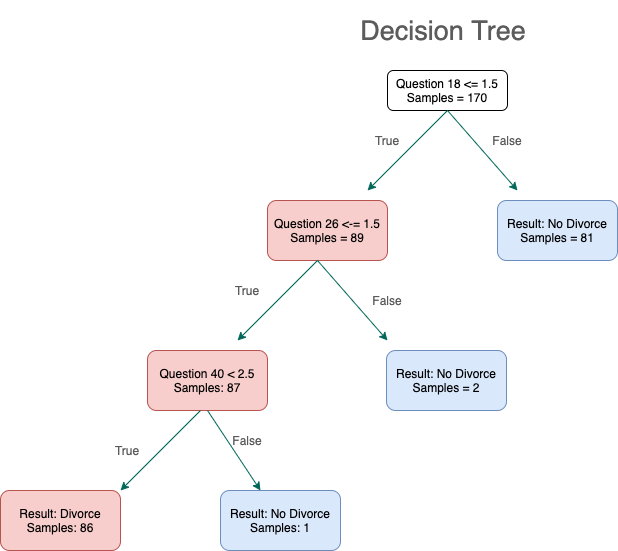
Earlier version of the draw.io export images/tree.png (Robertshannon96/Divorce). Source tidied: cells renumbered, new cells last; positions are measured from the earlier drawing's top-left corner, leaving out a move shared by most shapes. The source it was exported from:
```xml
<mxGraphModel>
  <root>
    <mxCell id="0" />
    <mxCell id="1" parent="0" />
    <mxCell id="2" value="Question 18 &amp;lt;= 1.5&lt;br&gt;Samples = 170" style="rounded=1;whiteSpace=wrap;html=1;fontSize=12;glass=0;strokeWidth=1;shadow=0;" parent="1" vertex="1">
      <mxGeometry x="387" y="70" width="120" height="40" as="geometry" />
    </mxCell>
    <mxCell id="3" style="endArrow=classic;html=1;exitX=0.5;exitY=1;exitDx=0;exitDy=0;strokeColor=#006658;fontColor=#5C5C5C;" parent="1" edge="1" source="2">
      <mxGeometry relative="1" as="geometry">
        <mxPoint x="517" y="190" as="targetPoint" />
      </mxGeometry>
    </mxCell>
    <mxCell id="4" style="endArrow=classic;html=1;exitX=0.5;exitY=1;exitDx=0;exitDy=0;strokeColor=#006658;fontColor=#5C5C5C;" parent="1" edge="1" source="2">
      <mxGeometry relative="1" as="geometry">
        <mxPoint x="367" y="190" as="targetPoint" />
      </mxGeometry>
    </mxCell>
    <mxCell id="5" value="Question 26 &amp;lt;-= 1.5&lt;br&gt;Samples = 89" style="rounded=1;whiteSpace=wrap;html=1;fillColor=#f8cecc;strokeColor=#b85450;" parent="1" vertex="1">
      <mxGeometry x="267" y="200" width="120" height="60" as="geometry" />
    </mxCell>
    <mxCell id="6" value="Result: No Divorce&lt;br&gt;Samples = 81&lt;br&gt;" style="rounded=1;whiteSpace=wrap;html=1;fillColor=#dae8fc;strokeColor=#6c8ebf;" parent="1" vertex="1">
      <mxGeometry x="497" y="200" width="120" height="60" as="geometry" />
    </mxCell>
    <mxCell id="7" value="True" style="text;html=1;strokeColor=none;fillColor=none;align=center;verticalAlign=middle;whiteSpace=wrap;rounded=0;fontColor=#5C5C5C;" parent="1" vertex="1">
      <mxGeometry x="367" y="130" width="40" height="20" as="geometry" />
    </mxCell>
    <mxCell id="8" value="False" style="text;html=1;strokeColor=none;fillColor=none;align=center;verticalAlign=middle;whiteSpace=wrap;rounded=0;fontColor=#5C5C5C;" parent="1" vertex="1">
      <mxGeometry x="487" y="130" width="40" height="20" as="geometry" />
    </mxCell>
    <mxCell id="9" style="endArrow=classic;html=1;exitX=0.5;exitY=1;exitDx=0;exitDy=0;strokeColor=#006658;fontColor=#5C5C5C;" parent="1" edge="1">
      <mxGeometry relative="1" as="geometry">
        <mxPoint x="317" y="260" as="sourcePoint" />
        <mxPoint x="237" y="340" as="targetPoint" />
      </mxGeometry>
    </mxCell>
    <mxCell id="10" style="endArrow=classic;html=1;exitX=0.5;exitY=1;exitDx=0;exitDy=0;strokeColor=#006658;fontColor=#5C5C5C;" parent="1" edge="1">
      <mxGeometry relative="1" as="geometry">
        <mxPoint x="317" y="260" as="sourcePoint" />
        <mxPoint x="387" y="340" as="targetPoint" />
      </mxGeometry>
    </mxCell>
    <mxCell id="11" value="Question 40 &amp;lt; 2.5&lt;br&gt;Samples: 87" style="rounded=1;whiteSpace=wrap;html=1;sketch=0;strokeColor=#b85450;fillColor=#f8cecc;" parent="1" vertex="1">
      <mxGeometry x="147" y="350" width="120" height="60" as="geometry" />
    </mxCell>
    <mxCell id="12" value="Result: No Divorce&lt;br&gt;Samples = 2" style="rounded=1;whiteSpace=wrap;html=1;sketch=0;strokeColor=#6c8ebf;fillColor=#dae8fc;" parent="1" vertex="1">
      <mxGeometry x="386" y="350" width="120" height="60" as="geometry" />
    </mxCell>
    <mxCell id="13" style="endArrow=classic;html=1;exitX=0.5;exitY=1;exitDx=0;exitDy=0;strokeColor=#006658;fontColor=#5C5C5C;" parent="1" edge="1">
      <mxGeometry relative="1" as="geometry">
        <mxPoint x="200" y="410" as="sourcePoint" />
        <mxPoint x="120" y="490" as="targetPoint" />
      </mxGeometry>
    </mxCell>
    <mxCell id="14" style="endArrow=classic;html=1;exitX=0.5;exitY=1;exitDx=0;exitDy=0;strokeColor=#006658;fontColor=#5C5C5C;" parent="1" edge="1" source="11">
      <mxGeometry relative="1" as="geometry">
        <mxPoint x="260" y="490" as="targetPoint" />
      </mxGeometry>
    </mxCell>
    <mxCell id="15" value="Result: Divorce&lt;br&gt;Samples: 86" style="rounded=1;whiteSpace=wrap;html=1;sketch=0;strokeColor=#b85450;fillColor=#f8cecc;" parent="1" vertex="1">
      <mxGeometry y="490" width="120" height="60" as="geometry" />
    </mxCell>
    <mxCell id="16" value="Result: No Divorce&lt;br&gt;Samples: 1" style="rounded=1;whiteSpace=wrap;html=1;sketch=0;strokeColor=#6c8ebf;fillColor=#dae8fc;" parent="1" vertex="1">
      <mxGeometry x="220" y="490" width="120" height="60" as="geometry" />
    </mxCell>
    <mxCell id="17" value="True" style="text;html=1;strokeColor=none;fillColor=none;align=center;verticalAlign=middle;whiteSpace=wrap;rounded=0;fontColor=#5C5C5C;" parent="1" vertex="1">
      <mxGeometry x="227" y="280" width="40" height="20" as="geometry" />
    </mxCell>
    <mxCell id="18" value="True" style="text;html=1;strokeColor=none;fillColor=none;align=center;verticalAlign=middle;whiteSpace=wrap;rounded=0;fontColor=#5C5C5C;" parent="1" vertex="1">
      <mxGeometry x="107" y="440" width="40" height="20" as="geometry" />
    </mxCell>
    <mxCell id="19" value="False" style="text;html=1;strokeColor=none;fillColor=none;align=center;verticalAlign=middle;whiteSpace=wrap;rounded=0;fontColor=#5C5C5C;" parent="1" vertex="1">
      <mxGeometry x="367" y="290" width="40" height="20" as="geometry" />
    </mxCell>
    <mxCell id="20" value="False" style="text;html=1;strokeColor=none;fillColor=none;align=center;verticalAlign=middle;whiteSpace=wrap;rounded=0;fontColor=#5C5C5C;" parent="1" vertex="1">
      <mxGeometry x="227" y="430" width="40" height="20" as="geometry" />
    </mxCell>
    <mxCell id="21" value="&lt;font style=&quot;font-size: 27px&quot;&gt;Decision Tree&lt;/font&gt;" style="text;html=1;strokeColor=none;fillColor=none;align=center;verticalAlign=middle;whiteSpace=wrap;rounded=0;sketch=0;fontColor=#5C5C5C;" parent="1" vertex="1">
      <mxGeometry x="340" width="206" height="60" as="geometry" />
    </mxCell>
  </root>
</mxGraphModel>
```
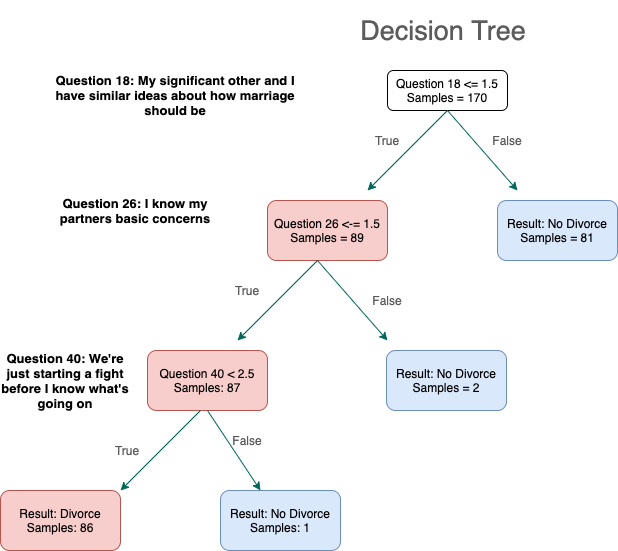
The same file after the commit.

The edit, as a diff of the source:
```diff
@@ -77,5 +77,14 @@
     <mxCell id="21" value="&lt;font style=&quot;font-size: 27px&quot;&gt;Decision Tree&lt;/font&gt;" style="text;html=1;strokeColor=none;fillColor=none;align=center;verticalAlign=middle;whiteSpace=wrap;rounded=0;sketch=0;fontColor=#5C5C5C;" parent="1" vertex="1">
       <mxGeometry x="340" width="206" height="60" as="geometry" />
     </mxCell>
+    <mxCell id="22" value="&lt;font style=&quot;font-size: 13px&quot;&gt;&lt;b&gt;Question 18: My significant other and I have similar ideas about how marriage should be&lt;/b&gt;&lt;/font&gt;" style="text;html=1;strokeColor=none;fillColor=none;align=center;verticalAlign=middle;whiteSpace=wrap;rounded=0;" parent="1" vertex="1">
+      <mxGeometry x="50" y="70" width="250" height="50" as="geometry" />
+    </mxCell>
+    <mxCell id="23" value="&lt;font style=&quot;font-size: 13px&quot;&gt;&lt;b&gt;Question 26: I know my partners basic concerns&lt;/b&gt;&lt;/font&gt;" style="text;html=1;strokeColor=none;fillColor=none;align=center;verticalAlign=middle;whiteSpace=wrap;rounded=0;" parent="1" vertex="1">
+      <mxGeometry x="40" y="200" width="190" height="20" as="geometry" />
+    </mxCell>
+    <mxCell id="24" value="&lt;font style=&quot;font-size: 13px&quot;&gt;&lt;b&gt;Question 40: We're just starting a fight before I know what's going on&lt;/b&gt;&lt;/font&gt;" style="text;html=1;strokeColor=none;fillColor=none;align=center;verticalAlign=middle;whiteSpace=wrap;rounded=0;" parent="1" vertex="1">
+      <mxGeometry y="370" width="130" height="20" as="geometry" />
+    </mxCell>
   </root>
 </mxGraphModel>
```
